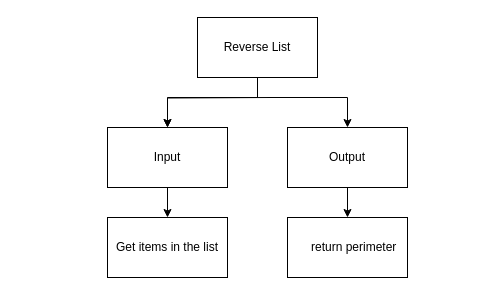
Above: design/top_down.drawio in Emmanuel-Fofeyin/ICS3U-assignment7-Python (draw.io), before the change. Source tidied: cells renumbered, new cells numbered last; positions are measured from the earlier drawing's top-left corner, leaving out a move shared by most shapes. Both pictures are drawn from the tidied source at 100%, with x=0, y=0 at pixel (107, 17).
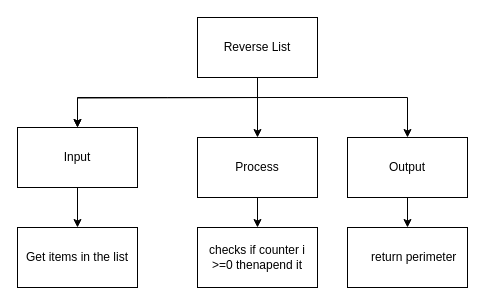
The same page after the edit.

Unchanged cells that the change refers to:
```xml
<mxCell id="3" value="Reverse List" style="rounded=0;whiteSpace=wrap;html=1;" parent="1" vertex="1">
  <mxGeometry x="90" width="120" height="60" as="geometry" />
</mxCell>
```

The edit, as a diff of the source:
```diff
@@
     <mxCell id="2" style="edgeStyle=none;html=1;entryX=0.5;entryY=0;entryDx=0;entryDy=0;rounded=0;" parent="1" edge="1" source="3" target="7">
       <mxGeometry relative="1" as="geometry">
         <Array as="points">
           <mxPoint x="150" y="80" />
           <mxPoint x="60" y="80" />
+          <mxPoint x="-30" y="80" />
         </Array>
       </mxGeometry>
     </mxCell>
+    <mxCell id="12" style="edgeStyle=none;rounded=0;html=1;entryX=0.5;entryY=0;entryDx=0;entryDy=0;" parent="1" edge="1" source="3" target="14">
+      <mxGeometry relative="1" as="geometry" />
+    </mxCell>
@@
     <mxCell id="5" value="Output" style="rounded=0;whiteSpace=wrap;html=1;" parent="1" vertex="1">
-      <mxGeometry x="180" y="110" width="120" height="60" as="geometry" />
+      <mxGeometry x="240" y="120" width="120" height="60" as="geometry" />
     </mxCell>
@@
     <mxCell id="7" value="Input" style="rounded=0;whiteSpace=wrap;html=1;" parent="1" vertex="1">
-      <mxGeometry y="110" width="120" height="60" as="geometry" />
+      <mxGeometry x="-90" y="110" width="120" height="60" as="geometry" />
     </mxCell>
@@
     <mxCell id="9" style="edgeStyle=none;html=1;entryX=0.5;entryY=0;entryDx=0;entryDy=0;rounded=0;" parent="1" edge="1" target="5">
       <mxGeometry relative="1" as="geometry">
         <mxPoint x="160" y="80" as="sourcePoint" />
         <Array as="points">
-          <mxPoint x="240" y="80" />
+          <mxPoint x="300" y="80" />
         </Array>
       </mxGeometry>
     </mxCell>
     <mxCell id="10" value="Get items in the list" style="rounded=0;whiteSpace=wrap;html=1;" parent="1" vertex="1">
-      <mxGeometry y="200" width="120" height="60" as="geometry" />
+      <mxGeometry x="-90" y="210" width="120" height="60" as="geometry" />
     </mxCell>
     <mxCell id="11" value="&lt;div&gt;&amp;nbsp; &amp;nbsp; return perimeter&lt;/div&gt;" style="rounded=0;whiteSpace=wrap;html=1;" parent="1" vertex="1">
-      <mxGeometry x="180" y="200" width="120" height="60" as="geometry" />
+      <mxGeometry x="240" y="210" width="120" height="60" as="geometry" />
     </mxCell>
+    <mxCell id="13" style="edgeStyle=none;rounded=0;html=1;entryX=0.5;entryY=0;entryDx=0;entryDy=0;" parent="1" edge="1" source="14" target="15">
+      <mxGeometry relative="1" as="geometry" />
+    </mxCell>
+    <mxCell id="14" value="Process" style="rounded=0;whiteSpace=wrap;html=1;" parent="1" vertex="1">
+      <mxGeometry x="90" y="120" width="120" height="60" as="geometry" />
+    </mxCell>
+    <mxCell id="15" value="checks if counter i &amp;gt;=0 thenapend it" style="rounded=0;whiteSpace=wrap;html=1;" parent="1" vertex="1">
+      <mxGeometry x="90" y="210" width="120" height="60" as="geometry" />
+    </mxCell>
```
